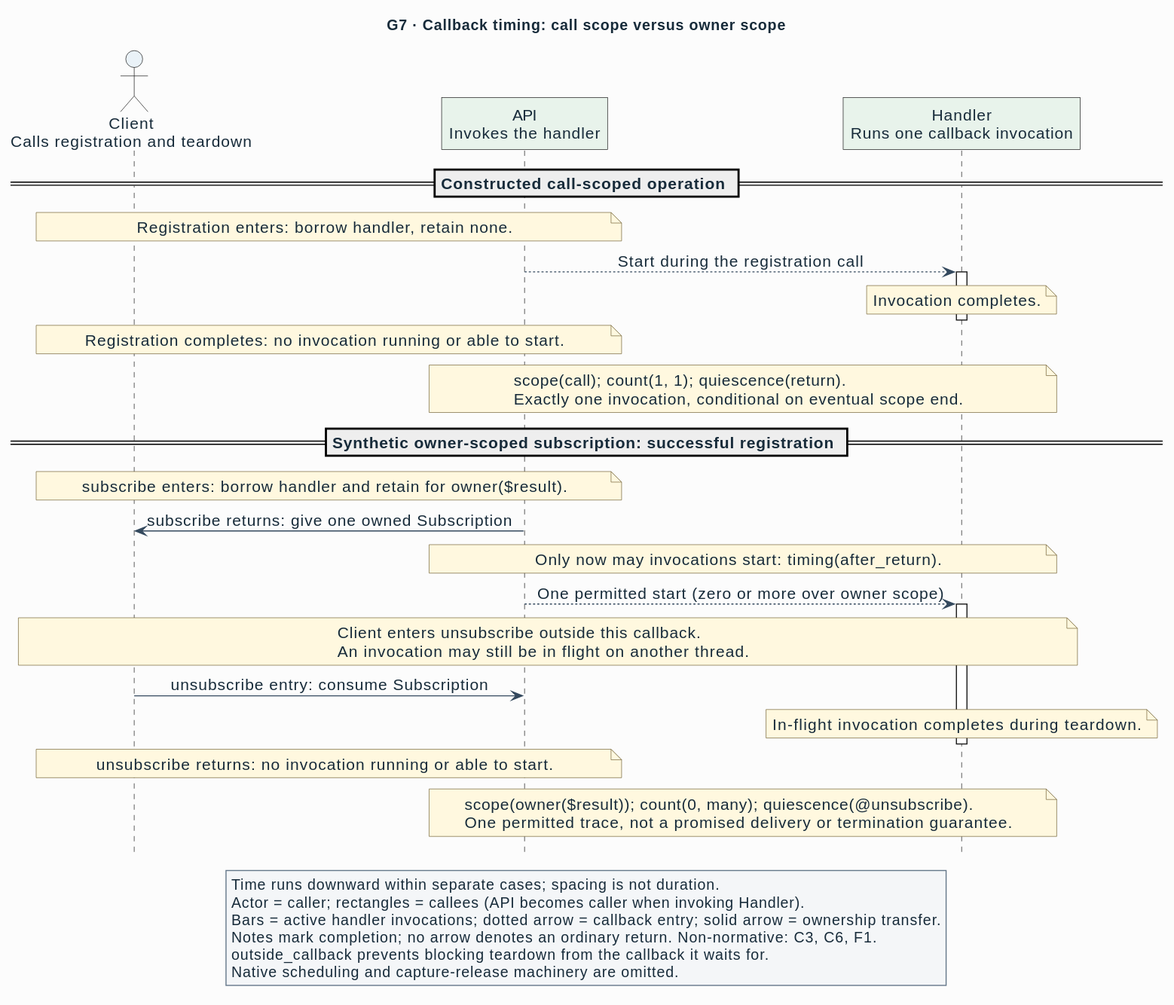
Above: semantic/specification/interface-language/figures/g7-callbacks.svg in Linkuistics/APIAnyware (PlantUML), before the change. Its source is kept beside it as semantic/specification/interface-language/figures/g7-callbacks.puml.
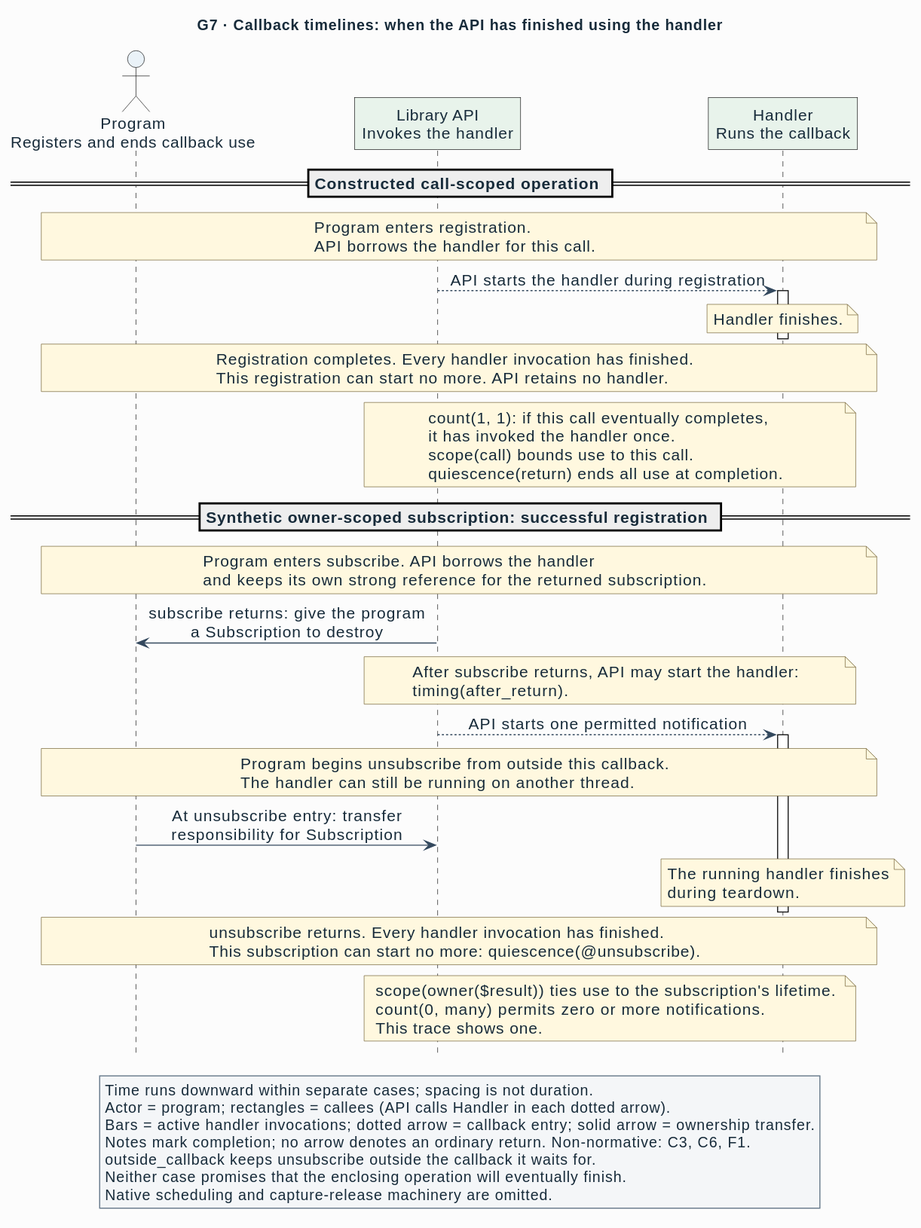
Above is the later version.

What changed in the source:
```diff
@@ -1,45 +1,64 @@
 @startuml
 !include style/ail.puml
-title G7 · Callback timing: call scope versus owner scope
+title G7 · Callback timelines: when the API has finished using the handler
 hide footbox
-$caller(client, "Client\nCalls registration and teardown")
-$callee(api, "API\nInvokes the handler")
-$callee(handler, "Handler\nRuns one callback invocation")
+$caller(client, "Program\nRegisters and ends callback use")
+$callee(api, "Library API\nInvokes the handler")
+$callee(handler, "Handler\nRuns the callback")
 == Constructed call-scoped operation ==
-note over client, api : Registration enters: borrow handler, retain none.
-api -[dotted]> handler : Start during the registration call
+note over client, handler
+  Program enters registration.
+  API borrows the handler for this call.
+end note
+api -[dotted]> handler : API starts the handler during registration
 activate handler
-note over handler : Invocation completes.
+note over handler : Handler finishes.
 deactivate handler
-note over client, api : Registration completes: no invocation running or able to start.
+note over client, handler
+  Registration completes. Every handler invocation has finished.
+  This registration can start no more. API retains no handler.
+end note
 note over api, handler
-  scope(call); count(1, 1); quiescence(return).
-  Exactly one invocation, conditional on eventual scope end.
+  count(1, 1): if this call eventually completes,
+  it has invoked the handler once.
+  scope(call) bounds use to this call.
+  quiescence(return) ends all use at completion.
 end note
 == Synthetic owner-scoped subscription: successful registration ==
-note over client, api : subscribe enters: borrow handler and retain for owner($result).
-api -> client : subscribe returns: give one owned Subscription
-note over api, handler : Only now may invocations start: timing(after_return).
-api -[dotted]> handler : One permitted start (zero or more over owner scope)
+note over client, handler
+  Program enters subscribe. API borrows the handler
+  and keeps its own strong reference for the returned subscription.
+end note
+api -> client : subscribe returns: give the program\na Subscription to destroy
+note over api, handler
+  After subscribe returns, API may start the handler:
+  timing(after_return).
+end note
+api -[dotted]> handler : API starts one permitted notification
 activate handler
 note over client, handler
-  Client enters unsubscribe outside this callback.
-  An invocation may still be in flight on another thread.
+  Program begins unsubscribe from outside this callback.
+  The handler can still be running on another thread.
 end note
-client -> api : unsubscribe entry: consume Subscription
-note over handler : In-flight invocation completes during teardown.
+client -> api : At unsubscribe entry: transfer\nresponsibility for Subscription
+note over handler : The running handler finishes\nduring teardown.
 deactivate handler
-note over client, api : unsubscribe returns: no invocation running or able to start.
+note over client, handler
+  unsubscribe returns. Every handler invocation has finished.
+  This subscription can start no more: quiescence(@unsubscribe).
+end note
 note over api, handler
-  scope(owner($result)); count(0, many); quiescence(@unsubscribe).
-  One permitted trace, not a promised delivery or termination guarantee.
+  scope(owner($result)) ties use to the subscription's lifetime.
+  count(0, many) permits zero or more notifications.
+  This trace shows one.
 end note
 legend bottom
   Time runs downward within separate cases; spacing is not duration.
-  Actor = caller; rectangles = callees (API becomes caller when invoking Handler).
+  Actor = program; rectangles = callees (API calls Handler in each dotted arrow).
   Bars = active handler invocations; dotted arrow = callback entry; solid arrow = ownership transfer.
   Notes mark completion; no arrow denotes an ordinary return. Non-normative: C3, C6, F1.
-  outside_callback prevents blocking teardown from the callback it waits for.
+  outside_callback keeps unsubscribe outside the callback it waits for.
+  Neither case promises that the enclosing operation will eventually finish.
   Native scheduling and capture-release machinery are omitted.
 endlegend
 @enduml
```
